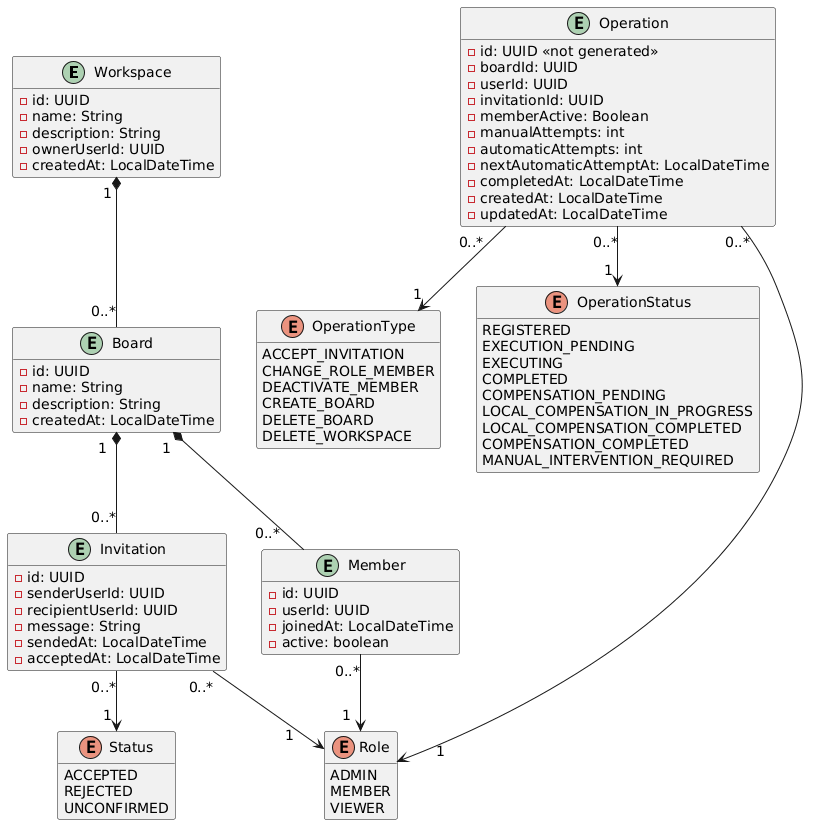
The PlantUML diagram assets/diagrama_project.png in ArmandoEnrique1010K/TrelloMicroservices, before a commit.
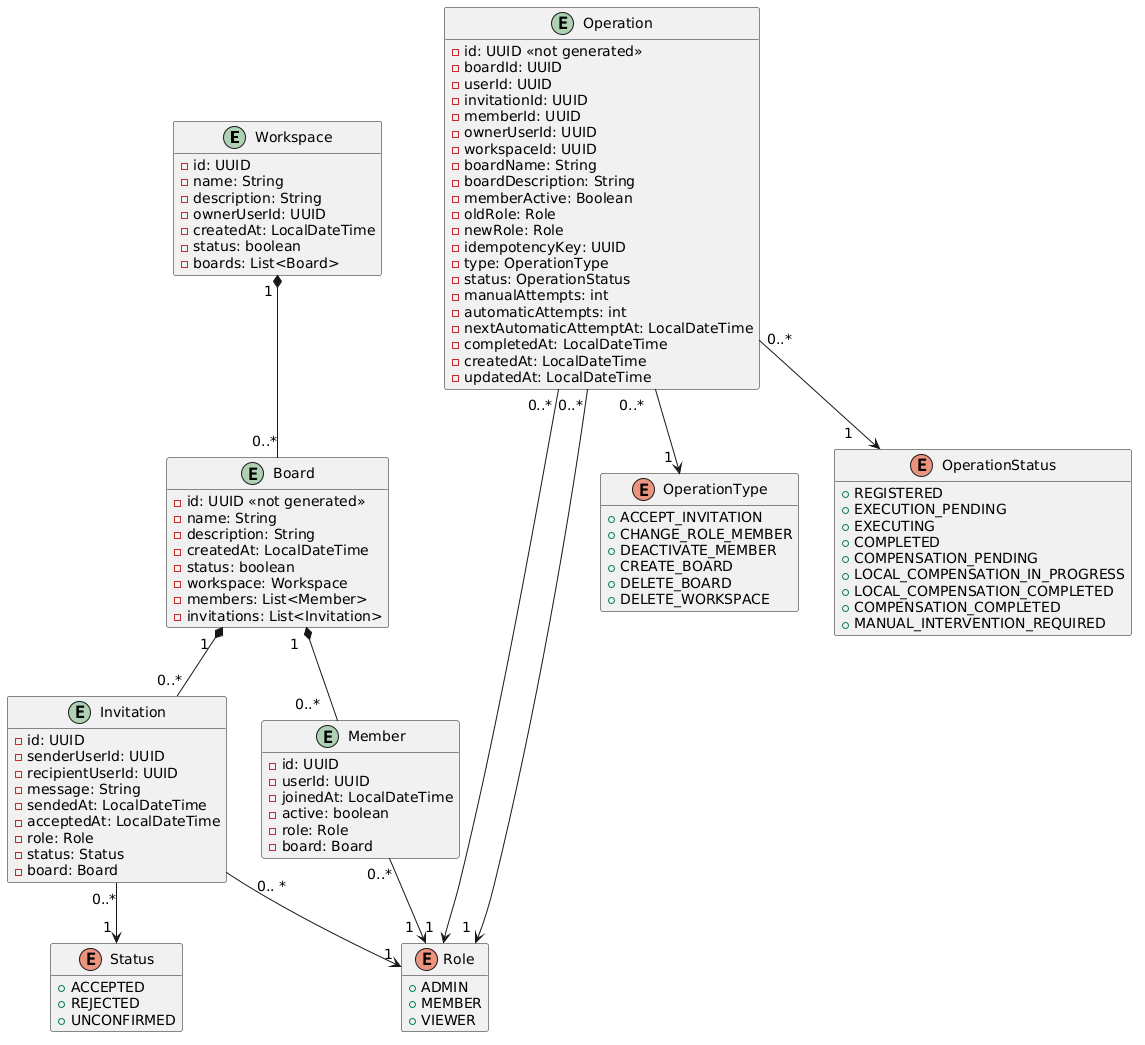
Above is the later version.

What changed in the source:
```diff
@@ -8,13 +8,19 @@
     - description: String
     - ownerUserId: UUID
     - createdAt: LocalDateTime
+    - status: boolean
+    - boards: List<Board>
 }
 
 entity Board {
-    - id: UUID
+    - id: UUID <<not generated>>
     - name: String
     - description: String
     - createdAt: LocalDateTime
+    - status: boolean
+    - workspace: Workspace
+    - members: List<Member>
+    - invitations: List<Invitation>
 }
 
 entity Invitation {
@@ -24,6 +30,9 @@
     - message: String
     - sendedAt: LocalDateTime
     - acceptedAt: LocalDateTime
+    - role: Role
+    - status: Status
+    - board: Board
 }
 
 entity Member {
@@ -31,18 +40,20 @@
     - userId: UUID
     - joinedAt: LocalDateTime
     - active: boolean
+    - role: Role
+    - board: Board
 }
 
 enum Role {
-    ADMIN
-    MEMBER
-    VIEWER
+    + ADMIN
+    + MEMBER
+    + VIEWER
 }
 
 enum Status {
-    ACCEPTED
-    REJECTED
-    UNCONFIRMED
+    + ACCEPTED
+    + REJECTED
+    + UNCONFIRMED
 }
 
 entity Operation {
@@ -50,7 +61,17 @@
   - boardId: UUID
   - userId: UUID
   - invitationId: UUID
+  - memberId: UUID
+  - ownerUserId: UUID
+  - workspaceId: UUID
+  - boardName: String
+  - boardDescription: String
   - memberActive: Boolean
+  - oldRole: Role
+  - newRole: Role
+  - idempotencyKey: UUID
+  - type: OperationType
+  - status: OperationStatus
   - manualAttempts: int
   - automaticAttempts: int
   - nextAutomaticAttemptAt: LocalDateTime
@@ -60,35 +81,36 @@
 }
 
 enum OperationType {
-  ACCEPT_INVITATION
-  CHANGE_ROLE_MEMBER
-  DEACTIVATE_MEMBER
-  CREATE_BOARD
-  DELETE_BOARD
-  DELETE_WORKSPACE
+  + ACCEPT_INVITATION
+  + CHANGE_ROLE_MEMBER
+  + DEACTIVATE_MEMBER
+  + CREATE_BOARD
+  + DELETE_BOARD
+  + DELETE_WORKSPACE
 }
 
 
 enum OperationStatus {
-  REGISTERED
-  EXECUTION_PENDING
-  EXECUTING
-  COMPLETED
-  COMPENSATION_PENDING
-  LOCAL_COMPENSATION_IN_PROGRESS
-  LOCAL_COMPENSATION_COMPLETED
-  COMPENSATION_COMPLETED
-  MANUAL_INTERVENTION_REQUIRED
+  + REGISTERED
+  + EXECUTION_PENDING
+  + EXECUTING
+  + COMPLETED
+  + COMPENSATION_PENDING
+  + LOCAL_COMPENSATION_IN_PROGRESS
+  + LOCAL_COMPENSATION_COMPLETED
+  + COMPENSATION_COMPLETED
+  + MANUAL_INTERVENTION_REQUIRED
 }
 
 Workspace "1 " *-- "0..*" Board
 Board " 1  " *-- "0..*   " Member
 Board "1  " *-- "0..*" Invitation
 Member "0..*" --> "1  " Role
-Invitation "0..*  " --> "1     " Role
+Invitation "     0.. *" --> " 1" Role
 Invitation "0..*" --> "1 " Status
 
 Operation "0..*   " --> "1 " OperationType
-Operation "0..*" --> "1 " OperationStatus
-Operation "0..*" ----> "       1  " Role
+Operation "0..*" --> "1    " OperationStatus
+Operation "0..* " ----> "1  " Role
+Operation "0..* " ----> "1  " Role
 @enduml
```
